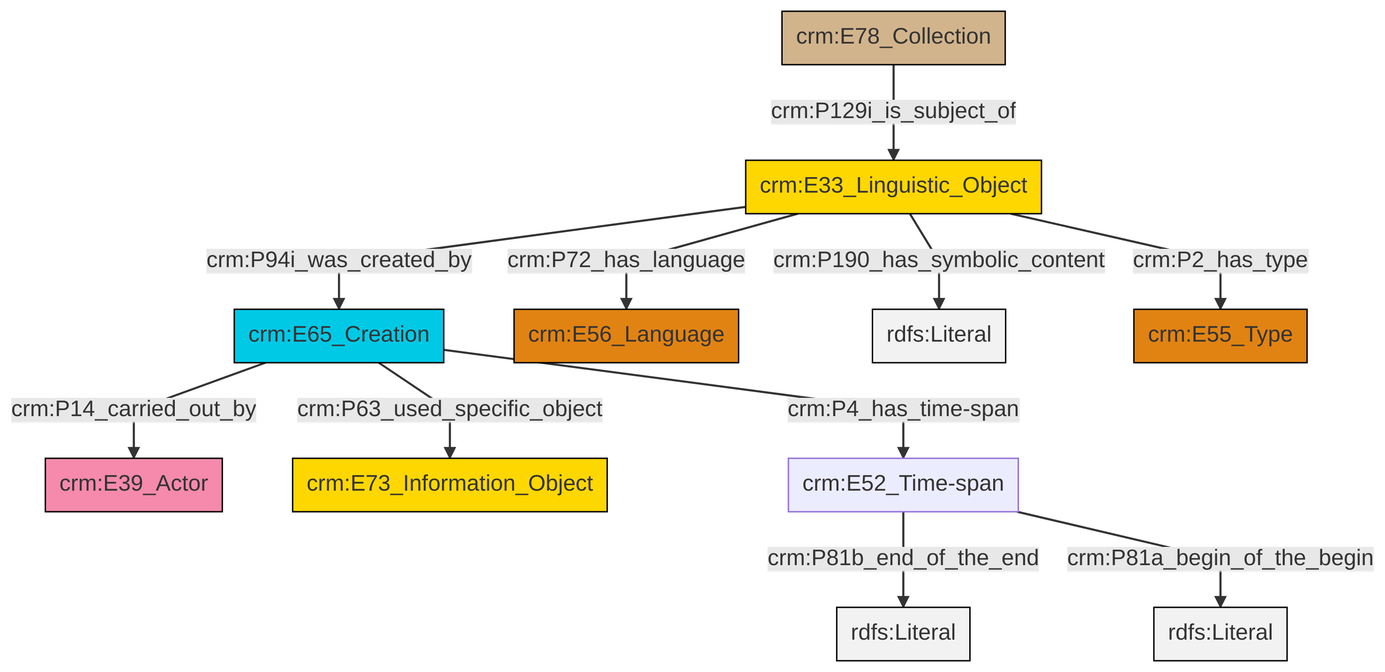
The Mermaid diagram et/archivalCSV/ttl/mmd/png/archival_desc.png in swiss-art-research-net/docs.swissartresearch, before a commit. Its source is kept beside it as et/archivalCSV/ttl/mmd/archival_desc.ttl.mmd.
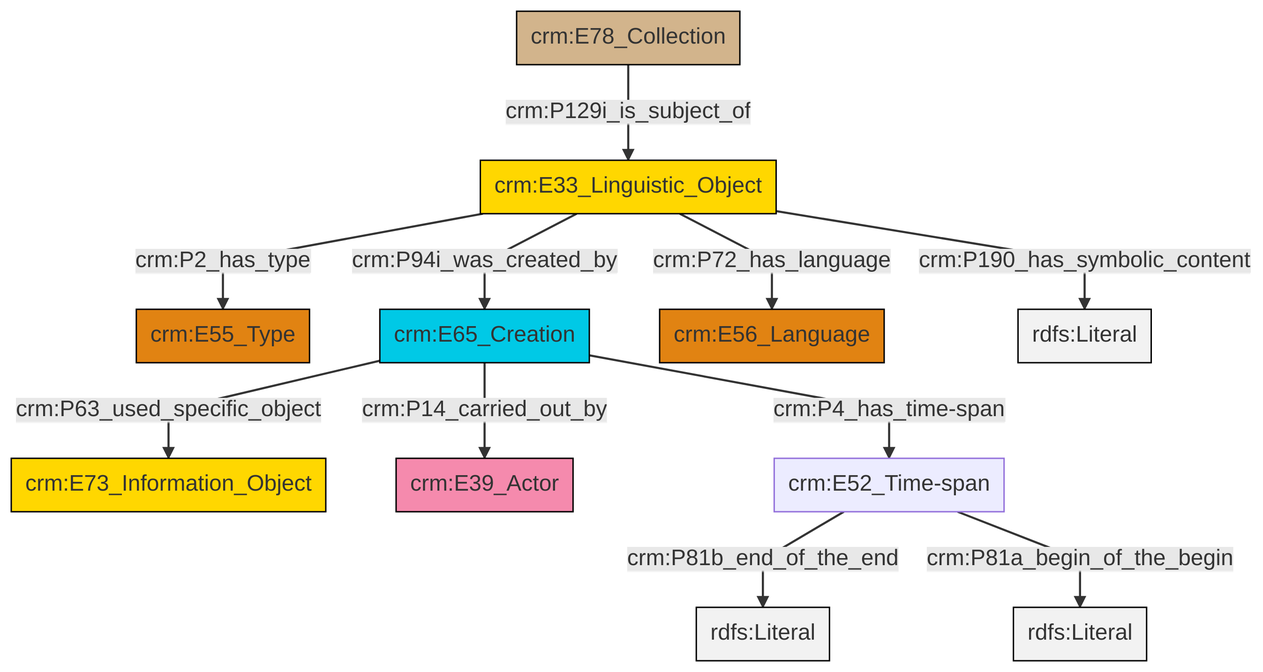
The same diagram one commit later.

Diff of the diagram source:
```diff
@@ -13,13 +13,13 @@
 classDef PC_Classes fill:#4ce600, stroke:#000000;
 classDef Multi fill:#cccccc,stroke:#000000;
 
-0["crm:E33_Linguistic_Object"]:::Conceptual_Object -->|crm:P94i_was_created_by| 1["crm:E65_Creation"]:::Temporal_Entity
-1["crm:E65_Creation"]:::Temporal_Entity -->|crm:P14_carried_out_by| 2["crm:E39_Actor"]:::Actor
-0["crm:E33_Linguistic_Object"]:::Conceptual_Object -->|crm:P72_has_language| 3["crm:E56_Language"]:::Type
-1["crm:E65_Creation"]:::Temporal_Entity -->|crm:P63_used_specific_object| 7["crm:E73_Information_Object"]:::Conceptual_Object
-0["crm:E33_Linguistic_Object"]:::Conceptual_Object -->|crm:P190_has_symbolic_content| 8[rdfs:Literal]:::Literal
-0["crm:E33_Linguistic_Object"]:::Conceptual_Object -->|crm:P2_has_type| 10["crm:E55_Type"]:::Type
-1["crm:E65_Creation"]:::Temporal_Entity -->|crm:P4_has_time-span| 11["crm:E52_Time-span"]:::Default
-11["crm:E52_Time-span"]:::Default -->|crm:P81b_end_of_the_end| 13[rdfs:Literal]:::Literal
-5["crm:E78_Collection"]:::Physical_Thing -->|crm:P129i_is_subject_of| 0["crm:E33_Linguistic_Object"]:::Conceptual_Object
-11["crm:E52_Time-span"]:::Default -->|crm:P81a_begin_of_the_begin| 17[rdfs:Literal]:::Literal
+4["crm:E33_Linguistic_Object"]:::Conceptual_Object -->|crm:P2_has_type| 2["crm:E55_Type"]:::Type
+5["crm:E65_Creation"]:::Temporal_Entity -->|crm:P14_carried_out_by| 6["crm:E39_Actor"]:::Actor
+4["crm:E33_Linguistic_Object"]:::Conceptual_Object -->|crm:P190_has_symbolic_content| 9[rdfs:Literal]:::Literal
+4["crm:E33_Linguistic_Object"]:::Conceptual_Object -->|crm:P72_has_language| 7["crm:E56_Language"]:::Type
+5["crm:E65_Creation"]:::Temporal_Entity -->|crm:P63_used_specific_object| 0["crm:E73_Information_Object"]:::Conceptual_Object
+12["crm:E52_Time-span"]:::Default -->|crm:P81b_end_of_the_end| 14[rdfs:Literal]:::Literal
+15["crm:E78_Collection"]:::Physical_Thing -->|crm:P129i_is_subject_of| 4["crm:E33_Linguistic_Object"]:::Conceptual_Object
+5["crm:E65_Creation"]:::Temporal_Entity -->|crm:P4_has_time-span| 12["crm:E52_Time-span"]:::Default
+4["crm:E33_Linguistic_Object"]:::Conceptual_Object -->|crm:P94i_was_created_by| 5["crm:E65_Creation"]:::Temporal_Entity
+12["crm:E52_Time-span"]:::Default -->|crm:P81a_begin_of_the_begin| 18[rdfs:Literal]:::Literal
```
